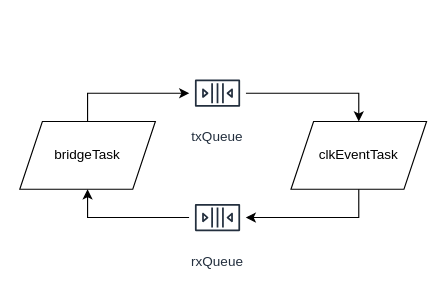
Niclasapdk/ESD3_project keeps this draw.io diagram as figures/prototype/bridge/bridge_tad.drawio. Above is the earlier version. Source tidied: cells renumbered, new cells numbered last; positions are measured from the earlier drawing's top-left corner, leaving out a move shared by most shapes. Both pictures are drawn from the tidied source at 113%, with x=0, y=0 at pixel (19, 64).
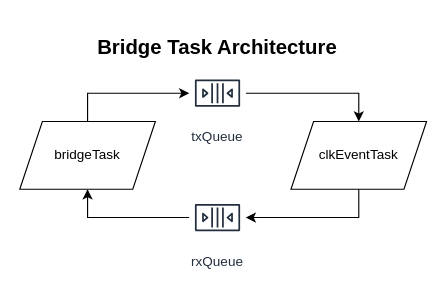
The same diagram, later.

The edit, as a diff of the source:
```diff
@@
 <mxGraphModel>
   <root>
     <mxCell id="0" />
     <mxCell id="1" parent="0" />
     <mxCell id="2" value="bridgeTask" style="shape=parallelogram;perimeter=parallelogramPerimeter;whiteSpace=wrap;html=1;fixedSize=1;" parent="1" vertex="1">
       <mxGeometry y="50" width="120" height="60" as="geometry" />
     </mxCell>
     <mxCell id="3" value="clkEventTask" style="shape=parallelogram;perimeter=parallelogramPerimeter;whiteSpace=wrap;html=1;fixedSize=1;" parent="1" vertex="1">
       <mxGeometry x="240" y="50" width="120" height="60" as="geometry" />
     </mxCell>
     <mxCell id="4" style="edgeStyle=orthogonalEdgeStyle;rounded=0;jettySize=auto;html=1;exitX=1;exitY=0.5;exitDx=0;exitDy=0;exitPerimeter=0;entryX=0.5;entryY=0;entryDx=0;entryDy=0;" parent="1" edge="1" source="5" target="3">
       <mxGeometry relative="1" as="geometry" />
     </mxCell>
     <mxCell id="5" value="txQueue" style="sketch=0;outlineConnect=0;fontColor=#232F3E;gradientColor=none;strokeColor=#232F3E;fillColor=#ffffff;dashed=0;verticalLabelPosition=bottom;verticalAlign=top;align=center;fontSize=12;fontStyle=0;shape=mxgraph.aws4.resourceIcon;resIcon=mxgraph.aws4.queue;points=[[0,0.5,0,0,0],[1,0.5,0,0,0]];" parent="1" vertex="1">
       <mxGeometry x="150" width="50" height="50" as="geometry" />
     </mxCell>
     <mxCell id="6" style="edgeStyle=orthogonalEdgeStyle;rounded=0;jettySize=auto;html=1;exitX=0.5;exitY=0;exitDx=0;exitDy=0;entryX=0;entryY=0.5;entryDx=0;entryDy=0;entryPerimeter=0;" parent="1" edge="1" source="2" target="5">
       <mxGeometry relative="1" as="geometry" />
     </mxCell>
     <mxCell id="7" style="edgeStyle=orthogonalEdgeStyle;rounded=0;jettySize=auto;html=1;exitX=0;exitY=0.5;exitDx=0;exitDy=0;exitPerimeter=0;entryX=0.5;entryY=1;entryDx=0;entryDy=0;" parent="1" edge="1" source="8" target="2">
       <mxGeometry relative="1" as="geometry" />
     </mxCell>
     <mxCell id="8" value="rxQueue" style="sketch=0;outlineConnect=0;fontColor=#232F3E;gradientColor=none;strokeColor=#232F3E;fillColor=#ffffff;dashed=0;verticalLabelPosition=bottom;verticalAlign=top;align=center;fontSize=12;fontStyle=0;shape=mxgraph.aws4.resourceIcon;resIcon=mxgraph.aws4.queue;points=[[0,0.5,0,0,0],[1,0.5,0,0,0]];" parent="1" vertex="1">
       <mxGeometry x="150" y="110" width="50" height="50" as="geometry" />
     </mxCell>
     <mxCell id="9" style="edgeStyle=orthogonalEdgeStyle;rounded=0;jettySize=auto;html=1;exitX=0.5;exitY=1;exitDx=0;exitDy=0;entryX=1;entryY=0.5;entryDx=0;entryDy=0;entryPerimeter=0;" parent="1" edge="1" source="3" target="8">
       <mxGeometry relative="1" as="geometry" />
     </mxCell>
+    <mxCell id="10" value="&lt;font style=&quot;font-size: 18px;&quot;&gt;&lt;b&gt;Bridge Task Architecture&lt;/b&gt;&lt;/font&gt;" style="text;html=1;strokeColor=none;fillColor=none;align=center;verticalAlign=middle;whiteSpace=wrap;rounded=0;" parent="1" vertex="1">
+      <mxGeometry x="65" y="-40" width="220" height="50" as="geometry" />
+    </mxCell>
   </root>
 </mxGraphModel>
```
